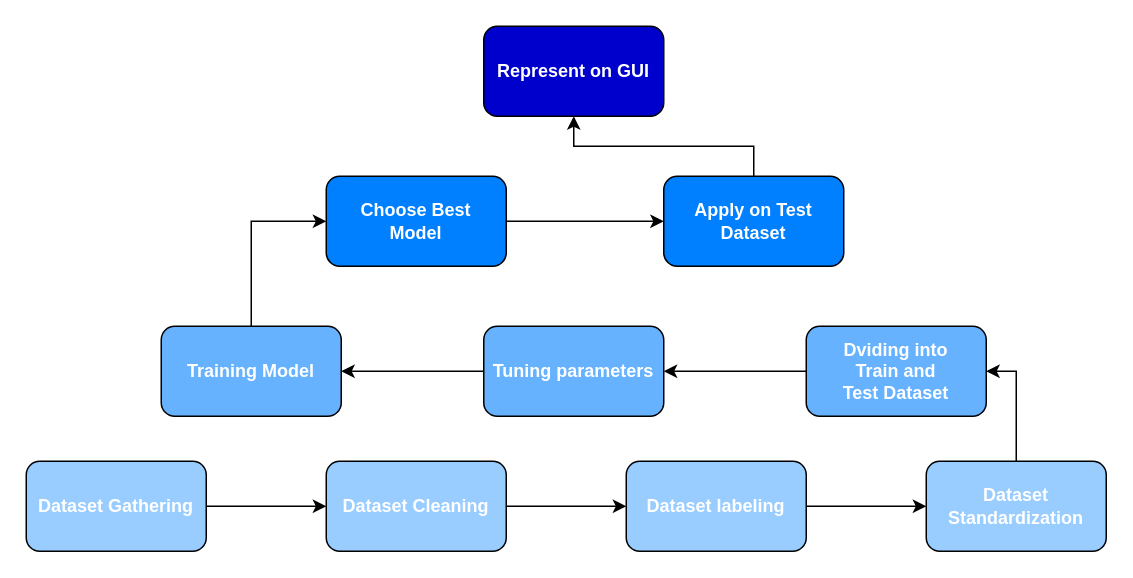
Earlier version of the draw.io diagram Implementation.drawio (Osama-Atwa/Hawkeye). Source tidied: cells renumbered, new cells numbered last; positions are measured from the earlier drawing's top-left corner, leaving out a move shared by most shapes. Both pictures are drawn from the tidied source at 150%, with x=0, y=0 at pixel (26, 26).
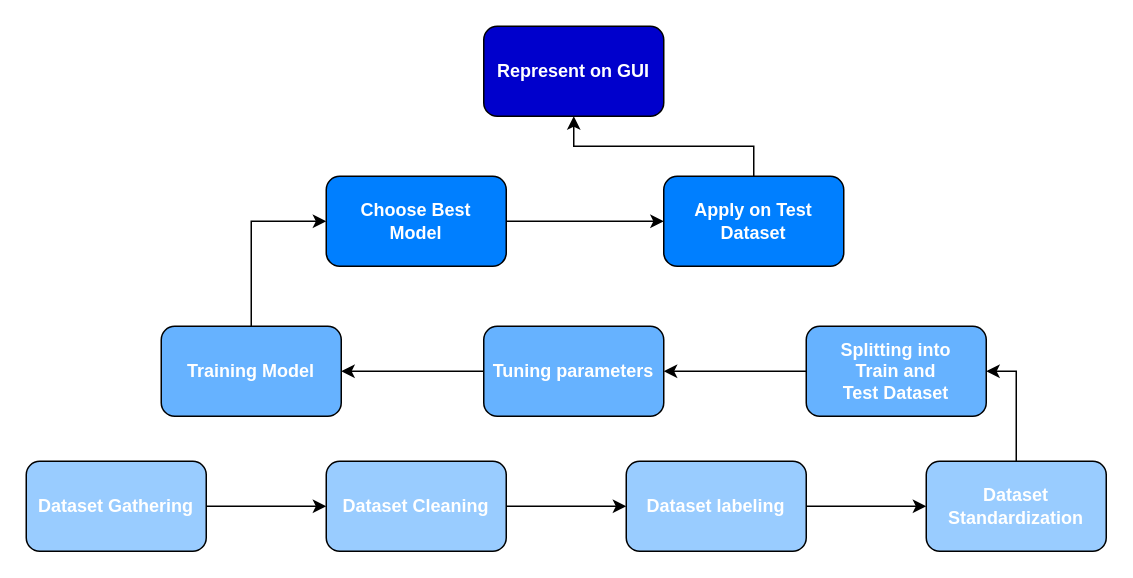
The same diagram, later.

What changed in the source:
```diff
@@
-    <mxCell id="5" value="&lt;font color=&quot;#ffffff&quot;&gt;&lt;b&gt;Dviding into&lt;br&gt;Train and&lt;br&gt;Test Dataset&lt;/b&gt;&lt;/font&gt;" style="rounded=1;whiteSpace=wrap;html=1;fillColor=#66B2FF;" parent="1" vertex="1">
+    <mxCell id="5" value="&lt;font color=&quot;#ffffff&quot;&gt;&lt;b&gt;Splitting into&lt;br&gt;Train and&lt;br&gt;Test Dataset&lt;/b&gt;&lt;/font&gt;" style="rounded=1;whiteSpace=wrap;html=1;fillColor=#66B2FF;" parent="1" vertex="1">
       <mxGeometry x="520" y="200" width="120" height="60" as="geometry" />
     </mxCell>
```
